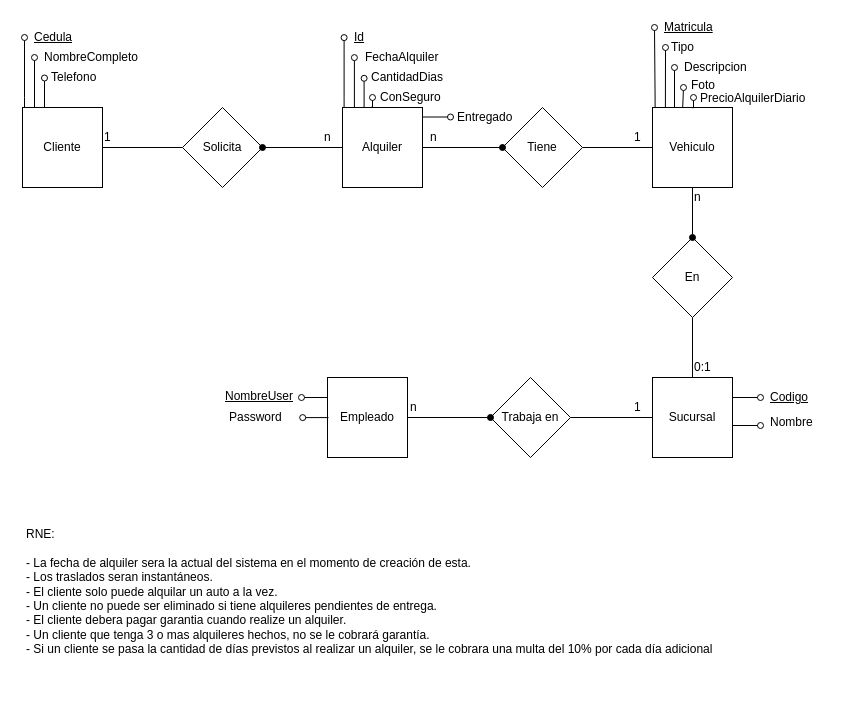
This is Diagramas/MER.drawio from KaTTNico/BIOSRent, a draw.io file, before an edit. Source tidied: cells renumbered, new cells numbered last; positions are measured from the earlier drawing's top-left corner, leaving out a move shared by most shapes. Both pictures are drawn from the tidied source at 100%, with x=0, y=0 at pixel (22, 17).
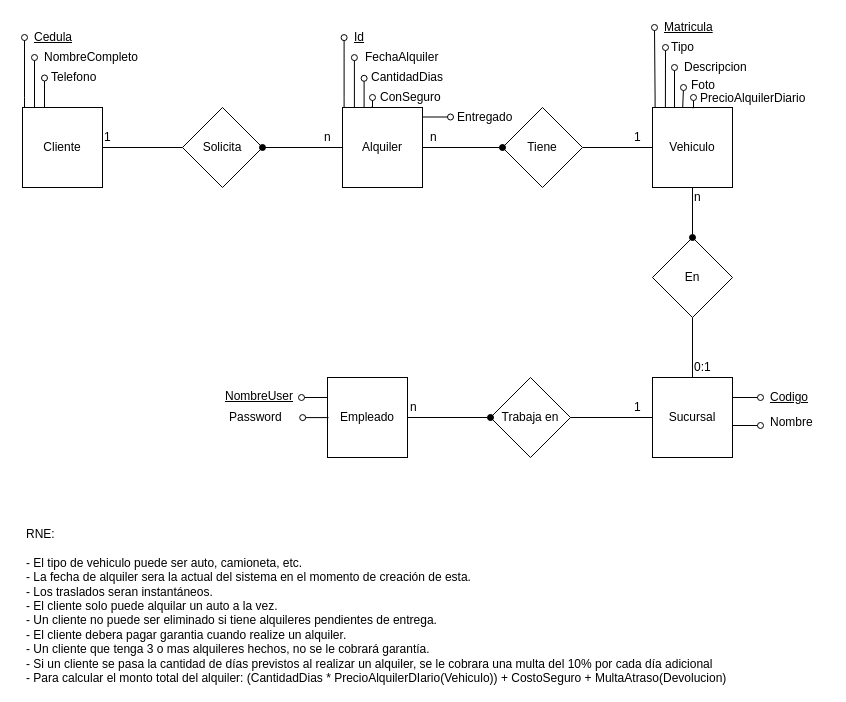
Above is the later version.

Commit message (it also covers changes not shown here):
Arreglo Mer y Modelo Conceptual en Clase

Diff of the diagram source:
```diff
@@
-    <mxCell id="58" value="RNE:&lt;br&gt;&lt;br&gt;- La fecha de alquiler sera la actual del sistema en el momento de creación de esta.&lt;br&gt;- Los traslados seran instantáneos.&lt;br&gt;- El cliente solo puede alquilar un auto a la vez.&lt;br&gt;- Un cliente no puede ser eliminado si tiene alquileres pendientes de entrega.&lt;br&gt;- El cliente debera pagar garantia cuando realize un alquiler.&lt;br&gt;- Un cliente que tenga 3 o mas alquileres hechos, no se le cobrará garantía.&lt;br&gt;- Si un cliente se pasa la cantidad de días previstos al realizar un alquiler, se le cobrara una multa del 10% por cada día adicional&lt;br&gt;" style="text;html=1;align=left;verticalAlign=top;spacingTop=-4;" parent="1" vertex="1">
-      <mxGeometry x="2" y="507" width="700" height="130" as="geometry" />
+    <mxCell id="58" value="RNE:&lt;br&gt;&lt;br&gt;- El tipo de vehiculo puede ser auto, camioneta, etc.&lt;br&gt;- La fecha de alquiler sera la actual del sistema en el momento de creación de esta.&lt;br&gt;- Los traslados seran instantáneos.&lt;br&gt;- El cliente solo puede alquilar un auto a la vez.&lt;br&gt;- Un cliente no puede ser eliminado si tiene alquileres pendientes de entrega.&lt;br&gt;- El cliente debera pagar garantia cuando realize un alquiler.&lt;br&gt;- Un cliente que tenga 3 o mas alquileres hechos, no se le cobrará garantía.&lt;br&gt;- Si un cliente se pasa la cantidad de días previstos al realizar un alquiler, se le cobrara una multa del 10% por cada día adicional&lt;br&gt;- Para calcular el monto total del alquiler: (CantidadDias * PrecioAlquilerDIario(Vehiculo)) + CostoSeguro + MultaAtraso(Devolucion)&lt;br&gt;" style="text;html=1;align=left;verticalAlign=top;spacingTop=-4;" parent="1" vertex="1">
+      <mxGeometry x="2" y="507" width="720" height="160" as="geometry" />
     </mxCell>
```
